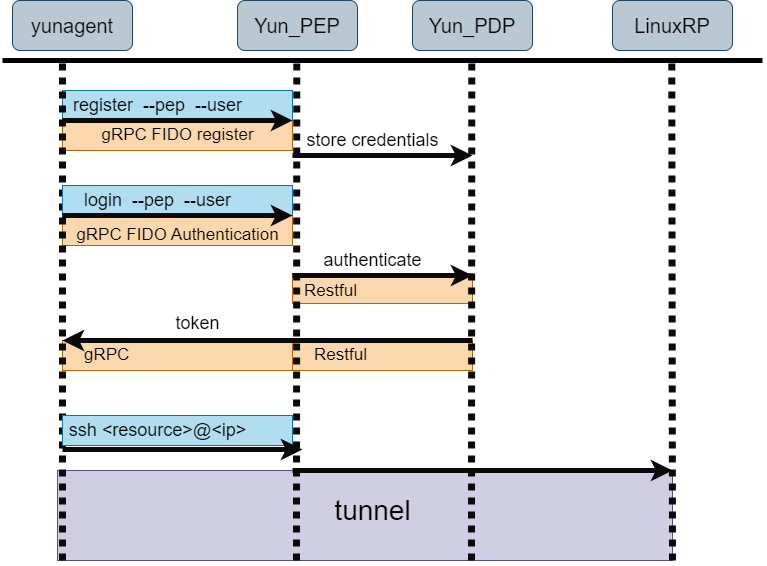
Above: SSHMessageFlow.png in dizzysoup/SSHRDP_ZTA (draw.io), before the change. Source tidied: cells renumbered, new cells last; positions are measured from the earlier drawing's top-left corner, leaving out a move shared by most shapes.
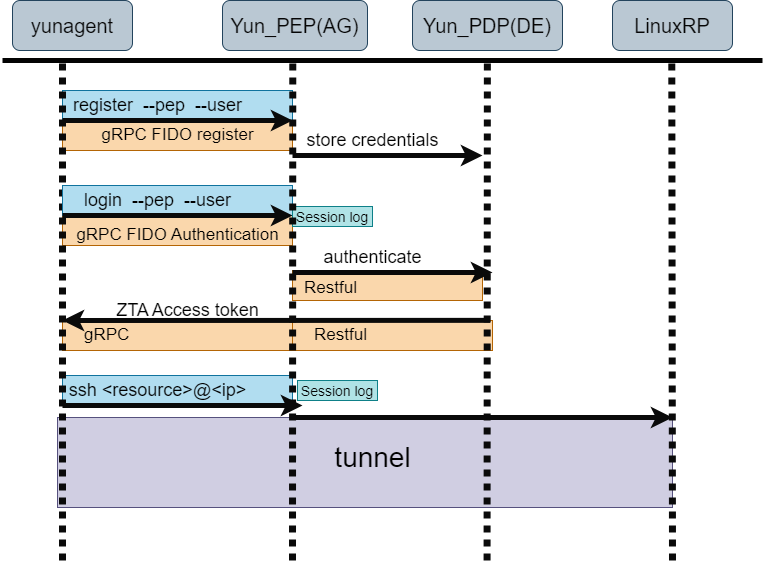
After the change.

Change to the diagram source:
```diff
@@ -2,17 +2,32 @@
   <root>
     <mxCell id="0" />
     <mxCell id="1" parent="0" />
+    <mxCell id="39" style="group;" parent="1" vertex="1">
+      <mxGeometry x="55" y="440" width="615" height="90" as="geometry" />
+    </mxCell>
-    <mxCell id="2" value="　" style="rounded=0;whiteSpace=wrap;html=1;fontSize=18;fillColor=#d0cee2;strokeColor=#56517e;align=left;" parent="1" vertex="1">
-      <mxGeometry x="55" y="470" width="615" height="90" as="geometry" />
+    <mxCell id="2" value="　" style="rounded=0;whiteSpace=wrap;html=1;fontSize=18;fillColor=#d0cee2;strokeColor=#56517e;align=left;" parent="39" vertex="1">
+      <mxGeometry y="-23" width="615" height="90" as="geometry" />
     </mxCell>
+    <mxCell id="37" style="endArrow=classic;html=1;strokeColor=#0A0A0A;strokeWidth=5;fontSize=20;fontColor=#050505;" parent="39" edge="1">
+      <mxGeometry relative="1" as="geometry">
+        <mxPoint x="235" y="-23" as="sourcePoint" />
+        <mxPoint x="615" y="-23" as="targetPoint" />
+      </mxGeometry>
+    </mxCell>
+    <mxCell id="38" value="&lt;font style=&quot;&quot;&gt;&lt;font style=&quot;font-size: 28px;&quot; color=&quot;#000000&quot;&gt;tunnel&lt;/font&gt;&lt;br&gt;&lt;/font&gt;" style="text;html=1;align=center;verticalAlign=middle;strokeColor=none;fillColor=none;" parent="39" vertex="1">
+      <mxGeometry x="265" y="-8" width="100" height="50" as="geometry" />
+    </mxCell>
+    <mxCell id="34" value="　" style="rounded=0;whiteSpace=wrap;html=1;fontSize=18;fillColor=#b1ddf0;strokeColor=#10739e;align=left;" parent="1" vertex="1">
+      <mxGeometry x="60" y="375" width="230" height="30" as="geometry" />
+    </mxCell>
     <mxCell id="3" value="　" style="rounded=0;whiteSpace=wrap;html=1;fontSize=18;fillColor=#fad7ac;strokeColor=#b46504;align=left;" parent="1" vertex="1">
-      <mxGeometry x="60" y="340" width="240" height="30" as="geometry" />
+      <mxGeometry x="60" y="320" width="240" height="30" as="geometry" />
     </mxCell>
     <mxCell id="4" value="　" style="rounded=0;whiteSpace=wrap;html=1;fontSize=18;fillColor=#fad7ac;strokeColor=#b46504;align=left;" parent="1" vertex="1">
-      <mxGeometry x="290" y="340" width="180" height="30" as="geometry" />
+      <mxGeometry x="290" y="320" width="200" height="30" as="geometry" />
     </mxCell>
     <mxCell id="5" value="　" style="rounded=0;whiteSpace=wrap;html=1;fontSize=18;fillColor=#fad7ac;strokeColor=#b46504;align=left;" parent="1" vertex="1">
-      <mxGeometry x="290" y="273" width="180" height="30" as="geometry" />
+      <mxGeometry x="290" y="270" width="190" height="30" as="geometry" />
     </mxCell>
     <mxCell id="6" value="　" style="rounded=0;whiteSpace=wrap;html=1;fontSize=18;fillColor=#fad7ac;strokeColor=#b46504;align=left;" parent="1" vertex="1">
       <mxGeometry x="60" y="215" width="230" height="30" as="geometry" />
@@ -32,11 +47,11 @@
         <mxPoint x="760" y="60" as="targetPoint" />
       </mxGeometry>
     </mxCell>
-    <mxCell id="11" value="&lt;font style=&quot;font-size: 20px;&quot; color=&quot;#050505&quot;&gt;Yun_PEP&lt;/font&gt;" style="rounded=1;whiteSpace=wrap;html=1;fillColor=#bac8d3;strokeColor=#23445d;" parent="1" vertex="1">
-      <mxGeometry x="235" width="120" height="50" as="geometry" />
+    <mxCell id="11" value="&lt;font style=&quot;font-size: 20px;&quot; color=&quot;#050505&quot;&gt;Yun_PEP(AG)&lt;/font&gt;" style="rounded=1;whiteSpace=wrap;html=1;fillColor=#bac8d3;strokeColor=#23445d;" parent="1" vertex="1">
+      <mxGeometry x="220" width="145" height="50" as="geometry" />
     </mxCell>
-    <mxCell id="12" value="&lt;font style=&quot;font-size: 20px;&quot; color=&quot;#050505&quot;&gt;Yun_PDP&lt;/font&gt;" style="rounded=1;whiteSpace=wrap;html=1;fillColor=#bac8d3;strokeColor=#23445d;" parent="1" vertex="1">
-      <mxGeometry x="410" width="120" height="50" as="geometry" />
+    <mxCell id="12" value="&lt;font style=&quot;font-size: 20px;&quot; color=&quot;#050505&quot;&gt;Yun_PDP(DE)&lt;/font&gt;" style="rounded=1;whiteSpace=wrap;html=1;fillColor=#bac8d3;strokeColor=#23445d;" parent="1" vertex="1">
+      <mxGeometry x="410" width="150" height="50" as="geometry" />
     </mxCell>
     <mxCell id="13" value="&lt;font style=&quot;font-size: 20px;&quot; color=&quot;#050505&quot;&gt;LinuxRP&lt;/font&gt;" style="rounded=1;whiteSpace=wrap;html=1;fillColor=#bac8d3;strokeColor=#23445d;" parent="1" vertex="1">
       <mxGeometry x="610" width="120" height="50" as="geometry" />
@@ -47,16 +62,10 @@
         <mxPoint x="60" y="60" as="targetPoint" />
       </mxGeometry>
     </mxCell>
-    <mxCell id="15" style="endArrow=none;dashed=1;html=1;dashPattern=1 1;strokeWidth=7;fontSize=16;strokeColor=#0A0A0A;" parent="1" edge="1">
-      <mxGeometry relative="1" as="geometry">
-        <mxPoint x="294" y="560" as="sourcePoint" />
-        <mxPoint x="294.3" y="60" as="targetPoint" />
-      </mxGeometry>
-    </mxCell>
     <mxCell id="16" style="endArrow=none;dashed=1;html=1;dashPattern=1 1;strokeWidth=7;fontSize=16;strokeColor=#0A0A0A;" parent="1" edge="1">
       <mxGeometry relative="1" as="geometry">
-        <mxPoint x="469" y="560" as="sourcePoint" />
-        <mxPoint x="469.3" y="60" as="targetPoint" />
+        <mxPoint x="484.6" y="560" as="sourcePoint" />
+        <mxPoint x="484.9" y="60" as="targetPoint" />
       </mxGeometry>
     </mxCell>
     <mxCell id="17" style="endArrow=none;dashed=1;html=1;dashPattern=1 1;strokeWidth=7;fontSize=16;strokeColor=#0A0A0A;" parent="1" edge="1">
@@ -79,7 +88,7 @@
     <mxCell id="21" style="endArrow=classic;html=1;strokeColor=#0A0A0A;strokeWidth=5;fontSize=20;fontColor=#050505;" parent="1" edge="1">
       <mxGeometry relative="1" as="geometry">
         <mxPoint x="290" y="155" as="sourcePoint" />
-        <mxPoint x="470" y="155" as="targetPoint" />
+        <mxPoint x="480" y="155" as="targetPoint" />
       </mxGeometry>
     </mxCell>
     <mxCell id="22" value="&lt;div style=&quot;text-align: left;&quot;&gt;&lt;span style=&quot;font-size: 18px; color: rgb(0, 0, 0); background-color: initial;&quot;&gt;store credentials&lt;/span&gt;&lt;/div&gt;" style="text;html=1;align=center;verticalAlign=middle;strokeColor=none;fillColor=none;" parent="1" vertex="1">
@@ -102,51 +111,50 @@
     </mxCell>
     <mxCell id="27" style="endArrow=classic;html=1;strokeColor=#0A0A0A;strokeWidth=5;fontSize=20;fontColor=#050505;" parent="1" edge="1">
       <mxGeometry relative="1" as="geometry">
-        <mxPoint x="290" y="275" as="sourcePoint" />
-        <mxPoint x="470" y="275" as="targetPoint" />
+        <mxPoint x="290" y="272" as="sourcePoint" />
+        <mxPoint x="490" y="272" as="targetPoint" />
       </mxGeometry>
     </mxCell>
     <mxCell id="28" value="&lt;div style=&quot;text-align: left;&quot;&gt;&lt;span style=&quot;font-size: 18px; color: rgb(0, 0, 0); background-color: initial;&quot;&gt;authenticate&lt;/span&gt;&lt;/div&gt;" style="text;html=1;align=center;verticalAlign=middle;strokeColor=none;fillColor=none;" parent="1" vertex="1">
-      <mxGeometry x="310" y="240" width="120" height="40" as="geometry" />
+      <mxGeometry x="310" y="237" width="120" height="40" as="geometry" />
     </mxCell>
-    <mxCell id="29" style="endArrow=classic;html=1;strokeColor=#0A0A0A;strokeWidth=5;fontSize=20;fontColor=#050505;" parent="1" edge="1">
+    <mxCell id="29" style="endArrow=classic;html=1;strokeColor=#0A0A0A;strokeWidth=5;fontSize=20;fontColor=#050505;exitX=0.987;exitY=-0.005;exitDx=0;exitDy=0;exitPerimeter=0;" parent="1" edge="1" source="4">
       <mxGeometry relative="1" as="geometry">
-        <mxPoint x="470" y="340" as="sourcePoint" />
-        <mxPoint x="60" y="340" as="targetPoint" />
+        <mxPoint x="60" y="320" as="targetPoint" />
       </mxGeometry>
     </mxCell>
-    <mxCell id="30" value="&lt;div style=&quot;text-align: left;&quot;&gt;&lt;span style=&quot;font-size: 18px; color: rgb(0, 0, 0); background-color: initial;&quot;&gt;token&lt;/span&gt;&lt;/div&gt;" style="text;html=1;align=center;verticalAlign=middle;strokeColor=none;fillColor=none;" parent="1" vertex="1">
-      <mxGeometry x="160" y="303" width="70" height="40" as="geometry" />
+    <mxCell id="30" value="&lt;div style=&quot;text-align: left;&quot;&gt;&lt;span style=&quot;font-size: 18px; color: rgb(0, 0, 0); background-color: initial;&quot;&gt;ZTA Access token&lt;/span&gt;&lt;/div&gt;" style="text;html=1;align=center;verticalAlign=middle;strokeColor=none;fillColor=none;" parent="1" vertex="1">
+      <mxGeometry x="100" y="290" width="170" height="40" as="geometry" />
     </mxCell>
     <mxCell id="31" value="&lt;div style=&quot;&quot;&gt;&lt;span style=&quot;font-size: 17px; color: rgb(0, 0, 0); background-color: initial;&quot;&gt;Restful&lt;/span&gt;&lt;/div&gt;" style="text;html=1;align=left;verticalAlign=middle;strokeColor=none;fillColor=none;" parent="1" vertex="1">
-      <mxGeometry x="300" y="276" width="80" height="30" as="geometry" />
+      <mxGeometry x="300" y="273" width="80" height="30" as="geometry" />
     </mxCell>
     <mxCell id="32" value="&lt;div style=&quot;&quot;&gt;&lt;span style=&quot;font-size: 17px; color: rgb(0, 0, 0); background-color: initial;&quot;&gt;Restful&lt;/span&gt;&lt;/div&gt;" style="text;html=1;align=left;verticalAlign=middle;strokeColor=none;fillColor=none;" parent="1" vertex="1">
-      <mxGeometry x="310" y="340" width="80" height="30" as="geometry" />
+      <mxGeometry x="310" y="320" width="80" height="30" as="geometry" />
     </mxCell>
     <mxCell id="33" value="&lt;div style=&quot;&quot;&gt;&lt;span style=&quot;font-size: 17px; color: rgb(0, 0, 0); background-color: initial;&quot;&gt;gRPC&lt;/span&gt;&lt;/div&gt;" style="text;html=1;align=left;verticalAlign=middle;strokeColor=none;fillColor=none;" parent="1" vertex="1">
-      <mxGeometry x="80" y="340" width="70" height="30" as="geometry" />
+      <mxGeometry x="80" y="320" width="70" height="30" as="geometry" />
     </mxCell>
-    <mxCell id="34" value="　" style="rounded=0;whiteSpace=wrap;html=1;fontSize=18;fillColor=#b1ddf0;strokeColor=#10739e;align=left;" parent="1" vertex="1">
-      <mxGeometry x="60" y="415" width="230" height="30" as="geometry" />
-    </mxCell>
     <mxCell id="35" value="&lt;font style=&quot;&quot;&gt;&lt;font style=&quot;font-size: 18px;&quot; color=&quot;#000000&quot;&gt;ssh &amp;lt;resource&amp;gt;@&amp;lt;ip&amp;gt;&lt;/font&gt;&lt;br&gt;&lt;/font&gt;" style="text;html=1;align=center;verticalAlign=middle;strokeColor=none;fillColor=none;" parent="1" vertex="1">
-      <mxGeometry x="55" y="410" width="200" height="40" as="geometry" />
+      <mxGeometry x="55" y="370" width="200" height="40" as="geometry" />
     </mxCell>
     <mxCell id="36" style="endArrow=classic;html=1;strokeColor=#0A0A0A;strokeWidth=5;fontSize=20;fontColor=#050505;" parent="1" edge="1">
       <mxGeometry relative="1" as="geometry">
-        <mxPoint x="60" y="449" as="sourcePoint" />
-        <mxPoint x="300" y="449" as="targetPoint" />
+        <mxPoint x="60" y="405" as="sourcePoint" />
+        <mxPoint x="300" y="405" as="targetPoint" />
       </mxGeometry>
     </mxCell>
-    <mxCell id="37" style="endArrow=classic;html=1;strokeColor=#0A0A0A;strokeWidth=5;fontSize=20;fontColor=#050505;" parent="1" edge="1">
-      <mxGeometry relative="1" as="geometry">
-        <mxPoint x="290" y="470" as="sourcePoint" />
-        <mxPoint x="670" y="470" as="targetPoint" />
-      </mxGeometry>
-    </mxCell>
-    <mxCell id="38" value="&lt;font style=&quot;&quot;&gt;&lt;font style=&quot;font-size: 28px;&quot; color=&quot;#000000&quot;&gt;tunnel&lt;/font&gt;&lt;br&gt;&lt;/font&gt;" style="text;html=1;align=center;verticalAlign=middle;strokeColor=none;fillColor=none;" parent="1" vertex="1">
-      <mxGeometry x="320" y="485" width="100" height="50" as="geometry" />
-    </mxCell>
+    <mxCell id="40" value="&lt;font style=&quot;font-size: 14px;&quot; color=&quot;#050505&quot;&gt;Session log&lt;/font&gt;" style="rounded=0;whiteSpace=wrap;html=1;fontSize=18;fillColor=#b0e3e6;strokeColor=#0e8088;align=center;" parent="1" vertex="1">
+      <mxGeometry x="290" y="206" width="80" height="20" as="geometry" />
+    </mxCell>
+    <mxCell id="41" value="&lt;font style=&quot;font-size: 14px;&quot; color=&quot;#050505&quot;&gt;Session log&lt;/font&gt;" style="rounded=0;whiteSpace=wrap;html=1;fontSize=18;fillColor=#b0e3e6;strokeColor=#0e8088;align=center;" parent="1" vertex="1">
+      <mxGeometry x="295" y="380" width="80" height="20" as="geometry" />
+    </mxCell>
+    <mxCell id="15" style="endArrow=none;dashed=1;html=1;dashPattern=1 1;strokeWidth=7;fontSize=16;strokeColor=#0A0A0A;" parent="1" edge="1">
+      <mxGeometry relative="1" as="geometry">
+        <mxPoint x="290" y="560" as="sourcePoint" />
+        <mxPoint x="290.3" y="60" as="targetPoint" />
+      </mxGeometry>
+    </mxCell>
   </root>
 </mxGraphModel>
```
